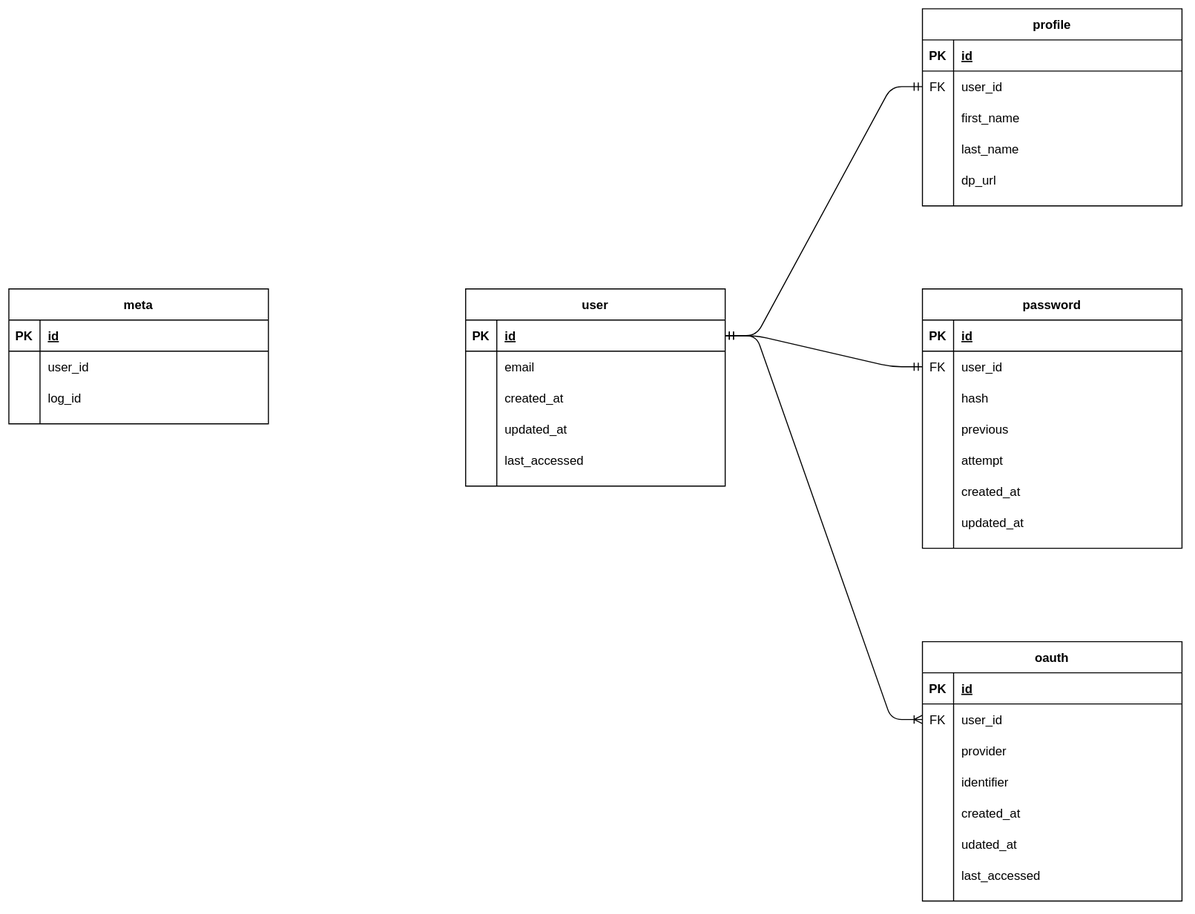
This is databases/user/user.drawio.svg from dl90/TS-playground, a draw.io export, as it was before one commit. Source tidied: cells renumbered, new cells last; positions are measured from the earlier drawing's top-left corner, leaving out a move shared by most shapes.
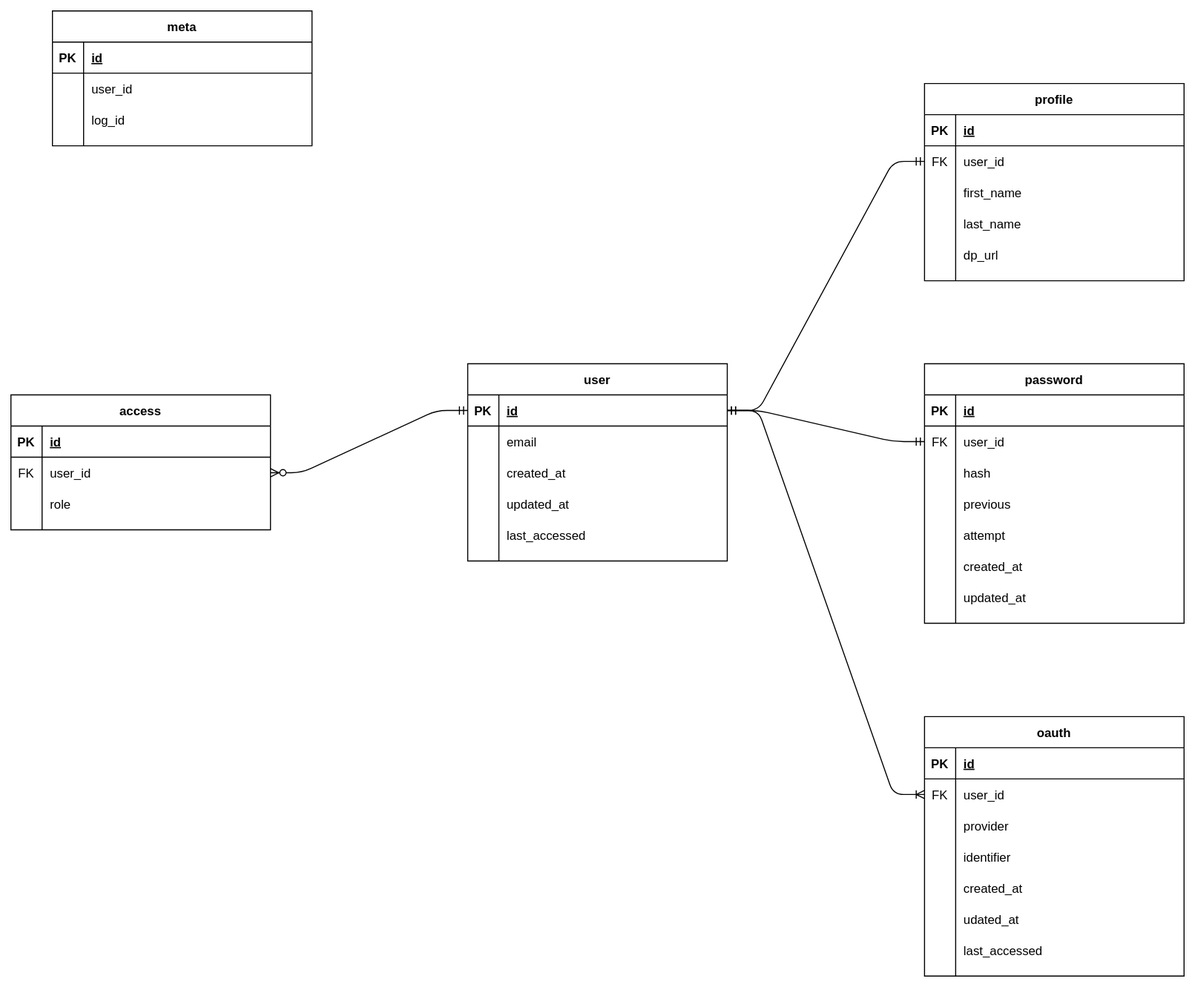
The same diagram one commit later.

The edit, as a diff of the source:
```diff
@@ -3,7 +3,7 @@
     <mxCell id="0" />
     <mxCell id="1" parent="0" />
     <mxCell id="2" value="meta" style="shape=table;startSize=30;rowLines=0;fontStyle=1;align=center;" parent="1" vertex="1">
-      <mxGeometry y="270" width="250" height="130" as="geometry" />
+      <mxGeometry x="40" y="-70" width="250" height="130" as="geometry" />
     </mxCell>
     <mxCell id="3" style="shape=partialRectangle;fillColor=none;top=0;left=0;right=0;bottom=1;" parent="2" vertex="1">
       <mxGeometry y="30" width="250" height="30" as="geometry" />
@@ -269,5 +269,38 @@
     <mxCell id="90" style="edgeStyle=entityRelationEdgeStyle;fontSize=12;html=1;endArrow=ERoneToMany;entryX=0;entryY=0.5;entryDx=0;entryDy=0;exitX=1;exitY=0.5;exitDx=0;exitDy=0;" parent="1" edge="1" source="13" target="32">
       <mxGeometry relative="1" as="geometry" />
     </mxCell>
+    <mxCell id="91" value="access" style="shape=table;startSize=30;rowLines=0;fontStyle=1;align=center;" parent="1" vertex="1">
+      <mxGeometry y="300" width="250" height="130" as="geometry" />
+    </mxCell>
+    <mxCell id="92" style="shape=partialRectangle;fillColor=none;top=0;left=0;right=0;bottom=1;" parent="91" vertex="1">
+      <mxGeometry y="30" width="250" height="30" as="geometry" />
+    </mxCell>
+    <mxCell id="93" value="PK" style="shape=partialRectangle;overflow=hidden;fillColor=none;top=0;left=0;bottom=0;right=0;fontStyle=1;" parent="92" vertex="1">
+      <mxGeometry width="30" height="30" as="geometry" />
+    </mxCell>
+    <mxCell id="94" value="id" style="shape=partialRectangle;overflow=hidden;fillColor=none;top=0;left=0;bottom=0;right=0;align=left;spacingLeft=6;fontStyle=5;" parent="92" vertex="1">
+      <mxGeometry x="30" width="220" height="30" as="geometry" />
+    </mxCell>
+    <mxCell id="95" style="shape=partialRectangle;fillColor=none;points=[[0,0.5],[1,0.5]];portConstraint=eastwest;top=0;left=0;right=0;bottom=0;" parent="91" vertex="1">
+      <mxGeometry y="60" width="250" height="30" as="geometry" />
+    </mxCell>
+    <mxCell id="96" value="FK" style="shape=partialRectangle;overflow=hidden;fillColor=none;top=0;left=0;bottom=0;right=0;" parent="95" vertex="1">
+      <mxGeometry width="30" height="30" as="geometry" />
+    </mxCell>
+    <mxCell id="97" value="user_id" style="shape=partialRectangle;overflow=hidden;fillColor=none;top=0;left=0;bottom=0;right=0;align=left;spacingLeft=6;" parent="95" vertex="1">
+      <mxGeometry x="30" width="220" height="30" as="geometry" />
+    </mxCell>
+    <mxCell id="98" style="shape=partialRectangle;fillColor=none;top=0;left=0;right=0;bottom=0;" parent="91" vertex="1">
+      <mxGeometry y="90" width="250" height="30" as="geometry" />
+    </mxCell>
+    <mxCell id="99" style="shape=partialRectangle;overflow=hidden;fillColor=none;top=0;left=0;bottom=0;right=0;" parent="98" vertex="1">
+      <mxGeometry width="30" height="30" as="geometry" />
+    </mxCell>
+    <mxCell id="100" value="role" style="shape=partialRectangle;overflow=hidden;fillColor=none;top=0;left=0;bottom=0;right=0;align=left;spacingLeft=6;" parent="98" vertex="1">
+      <mxGeometry x="30" width="220" height="30" as="geometry" />
+    </mxCell>
+    <mxCell id="101" style="edgeStyle=entityRelationEdgeStyle;fontSize=12;html=1;endArrow=ERzeroToMany;startArrow=ERmandOne;entryX=1;entryY=0.5;entryDx=0;entryDy=0;exitX=0;exitY=0.5;exitDx=0;exitDy=0;" parent="1" edge="1" source="13" target="95">
+      <mxGeometry relative="1" as="geometry" />
+    </mxCell>
   </root>
 </mxGraphModel>
```
